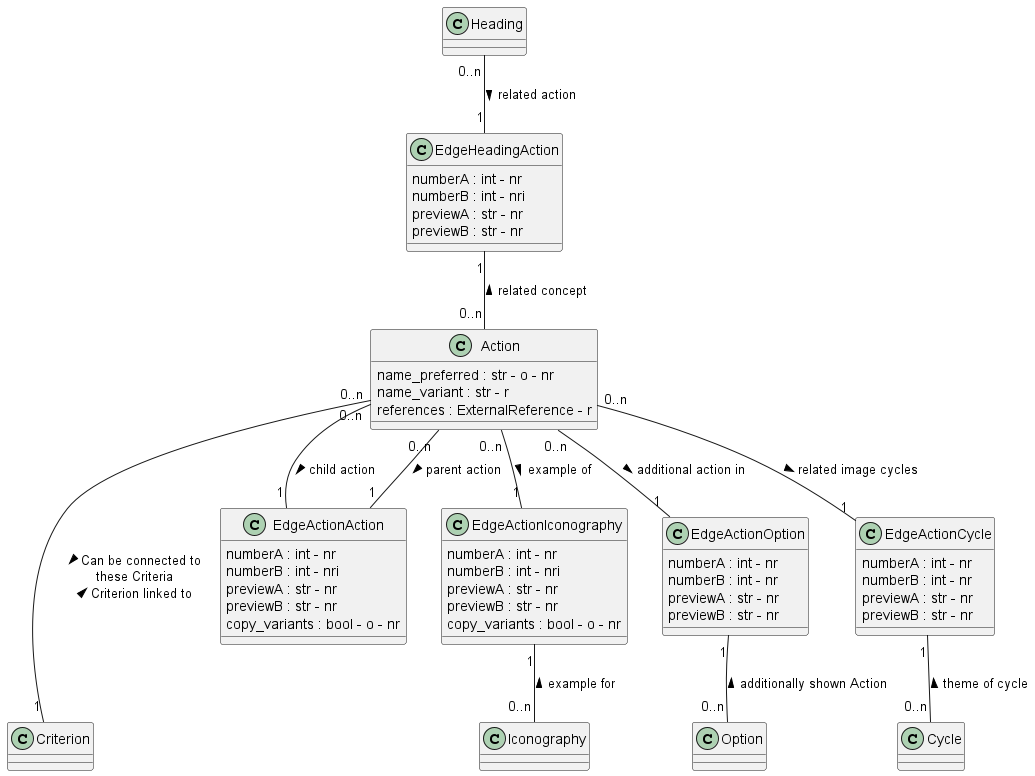
tmasch/bpf_be keeps this PlantUML diagram as documentation/class_diagrams/action.png. Above is the earlier version. The source it was exported from:
```plantuml
@startuml action

class Action
Action : name_preferred : str - o - nr
Action : name_variant : str - r
Action : references : ExternalReference - r

class Heading

class Iconography

class Criterion

class Option

class Cycle

class EdgeHeadingAction
EdgeHeadingAction : numberA : int - nr
EdgeHeadingAction : numberB : int - nri
EdgeHeadingAction : previewA : str - nr
EdgeHeadingAction : previewB : str - nr

class EdgeActionAction
EdgeActionAction : numberA : int - nr
EdgeActionAction : numberB : int - nri
EdgeActionAction : previewA : str - nr
EdgeActionAction : previewB : str - nr
EdgeActionAction : copy_variants : bool - o - nr

class EdgeActionIconography
EdgeActionIconography : numberA : int - nr
EdgeActionIconography : numberB : int - nri
EdgeActionIconography : previewA : str - nr
EdgeActionIconography : previewB : str - nr
EdgeActionIconography : copy_variants : bool - o - nr

class EdgeActionOption
EdgeActionOption : numberA : int - nr
EdgeActionOption : numberB : int - nr
EdgeActionOption : previewA : str - nr
EdgeActionOption : previewB : str - nr

class EdgeActionCycle
EdgeActionCycle : numberA : int - nr
EdgeActionCycle : numberB : int - nr
EdgeActionCycle : previewA : str - nr
EdgeActionCycle : previewB : str - nr


Heading "0..n" -- "1" EdgeHeadingAction: related action >
EdgeHeadingAction "1" -- "0..n" Action: related concept <

Action "0..n" -- "1" EdgeActionAction: child action >
EdgeActionAction "1" -- "0..n" Action: parent action <

Action "0..n" -- "1" EdgeActionIconography : example of >
EdgeActionIconography "1" -- "0..n" Iconography : example for <

Action "0..n" -- "1" EdgeActionOption : additional action in >
EdgeActionOption "1" -- "0..n" Option : additionally shown Action <

Action "0..n" --- "1" Criterion : > Can be connected to \n these Criteria \n Criterion linked to <

Action "0..n" -- "1" EdgeActionCycle : related image cycles >
EdgeActionCycle "1" -- "0..n" Cycle : theme of cycle <

@enduml
```
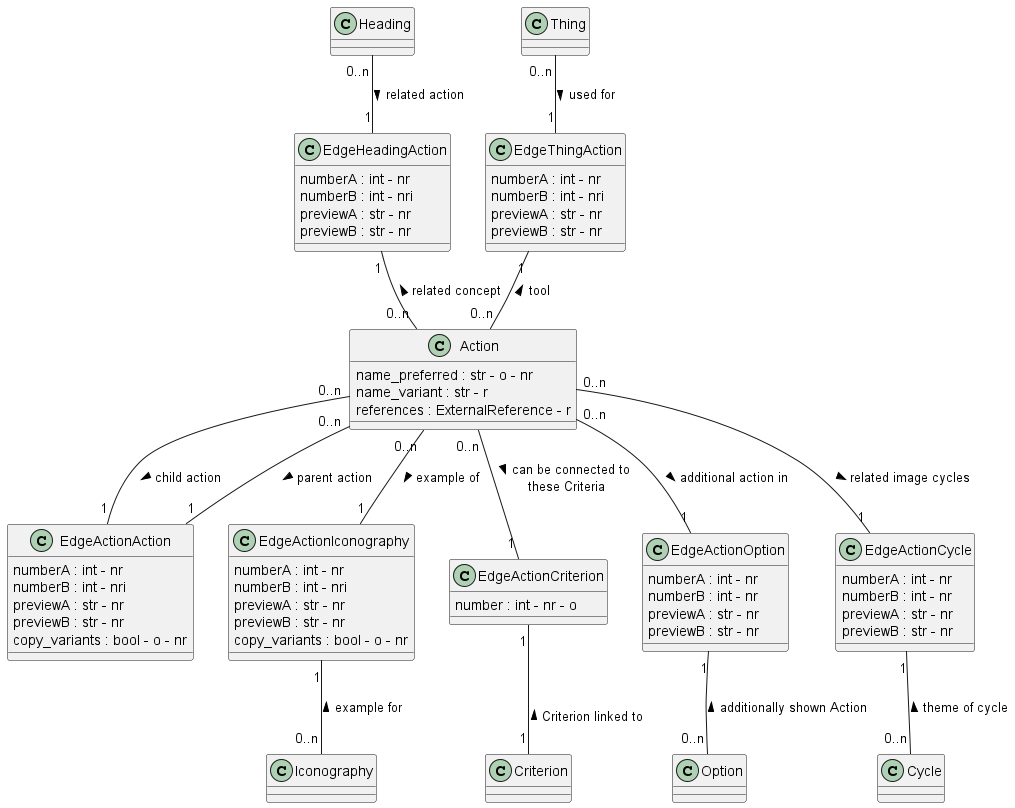
After the change.

Change to the diagram source:
```diff
@@ -1,4 +1,4 @@
-@startuml action
+@startuml Action
 
 class Action
 Action : name_preferred : str - o - nr
@@ -6,6 +6,8 @@
 Action : references : ExternalReference - r
 
 class Heading
+
+class Thing
 
 class Iconography
 
@@ -21,6 +23,12 @@
 EdgeHeadingAction : previewA : str - nr
 EdgeHeadingAction : previewB : str - nr
 
+class EdgeThingAction
+EdgeThingAction : numberA : int - nr
+EdgeThingAction : numberB : int - nri
+EdgeThingAction : previewA : str - nr
+EdgeThingAction : previewB : str - nr
+
 class EdgeActionAction
 EdgeActionAction : numberA : int - nr
 EdgeActionAction : numberB : int - nri
@@ -34,6 +42,9 @@
 EdgeActionIconography : previewA : str - nr
 EdgeActionIconography : previewB : str - nr
 EdgeActionIconography : copy_variants : bool - o - nr
+
+class EdgeActionCriterion
+EdgeActionCriterion : number : int - nr - o
 
 class EdgeActionOption
 EdgeActionOption : numberA : int - nr
@@ -51,6 +62,9 @@
 Heading "0..n" -- "1" EdgeHeadingAction: related action >
 EdgeHeadingAction "1" -- "0..n" Action: related concept <
 
+Thing "0..n" -- "1" EdgeThingAction: used for >
+EdgeThingAction "1" -- "0..n" Action: tool <
+
 Action "0..n" -- "1" EdgeActionAction: child action >
 EdgeActionAction "1" -- "0..n" Action: parent action <
 
@@ -60,7 +74,8 @@
 Action "0..n" -- "1" EdgeActionOption : additional action in >
 EdgeActionOption "1" -- "0..n" Option : additionally shown Action <
 
-Action "0..n" --- "1" Criterion : > Can be connected to \n these Criteria \n Criterion linked to <
+Action "0..n" -- "1" EdgeActionCriterion : > can be connected to \n these Criteria
+EdgeActionCriterion "1" -- "1" Criterion : \n Criterion linked to <
 
 Action "0..n" -- "1" EdgeActionCycle : related image cycles >
 EdgeActionCycle "1" -- "0..n" Cycle : theme of cycle <
```
